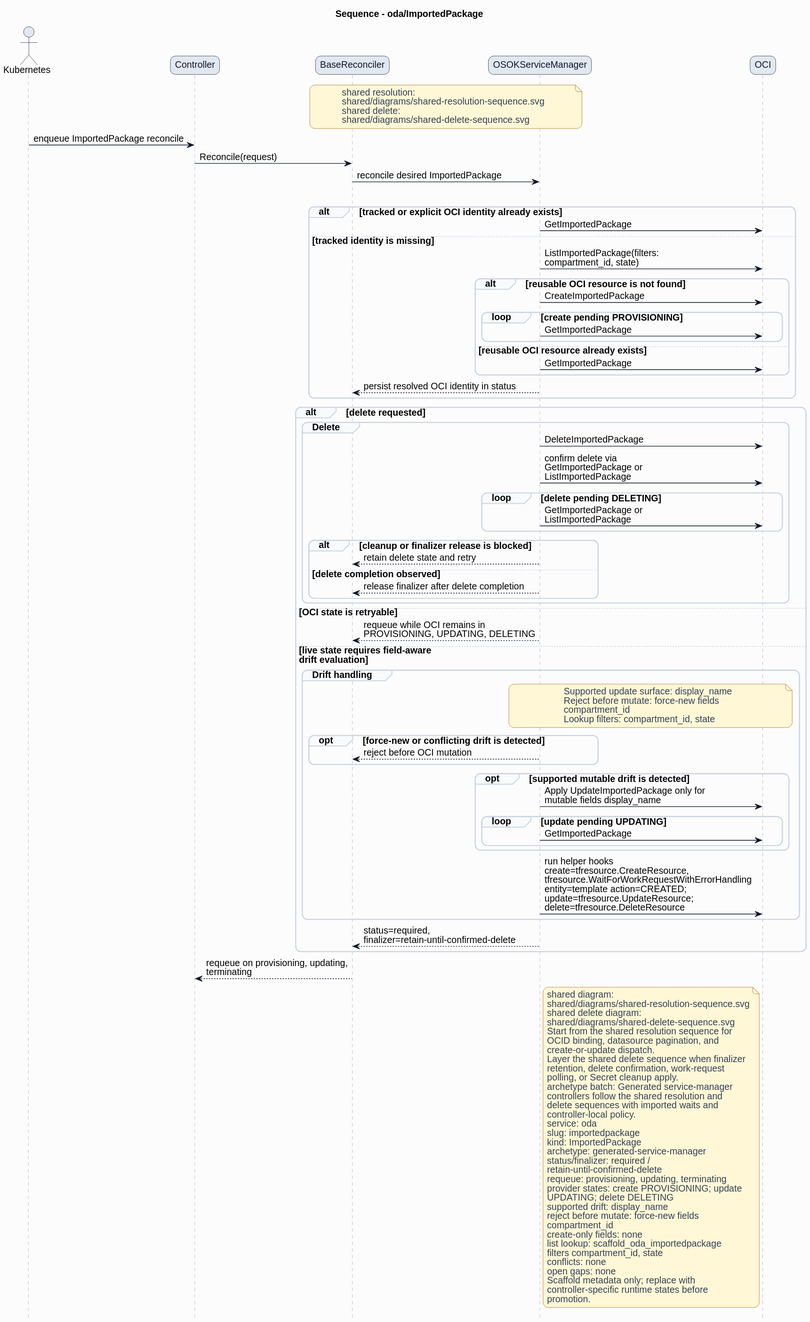
The PlantUML diagram formal/controllers/oda/importedpackage/diagrams/sequence.svg in HaoyL666/oci-service-operator, before a commit. The source it was exported from:
```plantuml
@startuml
skinparam shadowing false
skinparam backgroundColor #fcfcfd
skinparam defaultFontName Helvetica
skinparam defaultFontSize 14
skinparam arrowColor #0f172a
skinparam noteBackgroundColor #fff7d6
skinparam noteBorderColor #b45309
skinparam noteFontColor #334155
skinparam roundcorner 16
title Sequence - oda/ImportedPackage
hide footbox
skinparam sequence {
  actorBorderColor #0f172a
  actorBackgroundColor #e2e8f0
  participantBorderColor #0f172a
  participantBackgroundColor #e2e8f0
  participantFontColor #0f172a
  lifeLineBorderColor #94a3b8
  groupBorderColor #cbd5e1
  groupBackgroundColor #f8fafc
}
actor Kubernetes
participant Controller
participant BaseReconciler
participant "OSOKServiceManager" as ServiceManager
participant OCI
note over BaseReconciler,ServiceManager
shared resolution:
shared/diagrams/shared-resolution-sequence.svg
shared delete:
shared/diagrams/shared-delete-sequence.svg
end note
Kubernetes -> Controller: enqueue ImportedPackage reconcile
Controller -> BaseReconciler: Reconcile(request)
BaseReconciler -> ServiceManager: reconcile desired ImportedPackage
group Lookup and bind
alt tracked or explicit OCI identity already exists
ServiceManager -> OCI: GetImportedPackage
else tracked identity is missing
ServiceManager -> OCI: ListImportedPackage(filters:\ncompartment_id, state)
alt reusable OCI resource is not found
ServiceManager -> OCI: CreateImportedPackage
loop create pending PROVISIONING
ServiceManager -> OCI: GetImportedPackage
end
else reusable OCI resource already exists
ServiceManager -> OCI: GetImportedPackage
end
ServiceManager --> BaseReconciler: persist resolved OCI identity in status
end
alt delete requested
group Delete
ServiceManager -> OCI: DeleteImportedPackage
ServiceManager -> OCI: confirm delete via\nGetImportedPackage or\nListImportedPackage
loop delete pending DELETING
ServiceManager -> OCI: GetImportedPackage or\nListImportedPackage
end
alt cleanup or finalizer release is blocked
ServiceManager --> BaseReconciler: retain delete state and retry
else delete completion observed
ServiceManager --> BaseReconciler: release finalizer after delete completion
end
end
else OCI state is retryable
ServiceManager --> BaseReconciler: requeue while OCI remains in\nPROVISIONING, UPDATING, DELETING
else live state requires field-aware\ndrift evaluation
group Drift handling
note over ServiceManager,OCI
Supported update surface: display_name
Reject before mutate: force-new fields
compartment_id
Lookup filters: compartment_id, state
end note
opt force-new or conflicting drift is detected
ServiceManager --> BaseReconciler: reject before OCI mutation
end
opt supported mutable drift is detected
ServiceManager -> OCI: Apply UpdateImportedPackage only for\nmutable fields display_name
loop update pending UPDATING
ServiceManager -> OCI: GetImportedPackage
end
end
ServiceManager -> OCI: run helper hooks\ncreate=tfresource.CreateResource,\ntfresource.WaitForWorkRequestWithErrorHandling\nentity=template action=CREATED;\nupdate=tfresource.UpdateResource;\ndelete=tfresource.DeleteResource
end
ServiceManager --> BaseReconciler: status=required,\nfinalizer=retain-until-confirmed-delete
end
BaseReconciler --> Controller: requeue on provisioning, updating,\nterminating
note right of ServiceManager
shared diagram:
shared/diagrams/shared-resolution-sequence.svg
shared delete diagram:
shared/diagrams/shared-delete-sequence.svg
Start from the shared resolution sequence for
OCID binding, datasource pagination, and
create-or-update dispatch.
Layer the shared delete sequence when finalizer
retention, delete confirmation, work-request
polling, or Secret cleanup apply.
archetype batch: Generated service-manager
controllers follow the shared resolution and
delete sequences with imported waits and
controller-local policy.
service: oda
slug: importedpackage
kind: ImportedPackage
archetype: generated-service-manager
status/finalizer: required /
retain-until-confirmed-delete
requeue: provisioning, updating, terminating
provider states: create PROVISIONING; update
UPDATING; delete DELETING
supported drift: display_name
reject before mutate: force-new fields
compartment_id
create-only fields: none
list lookup: scaffold_oda_importedpackage
filters compartment_id, state
conflicts: none
open gaps: none
Scaffold metadata only; replace with
controller-specific runtime states before
promotion.
end note
@enduml
```
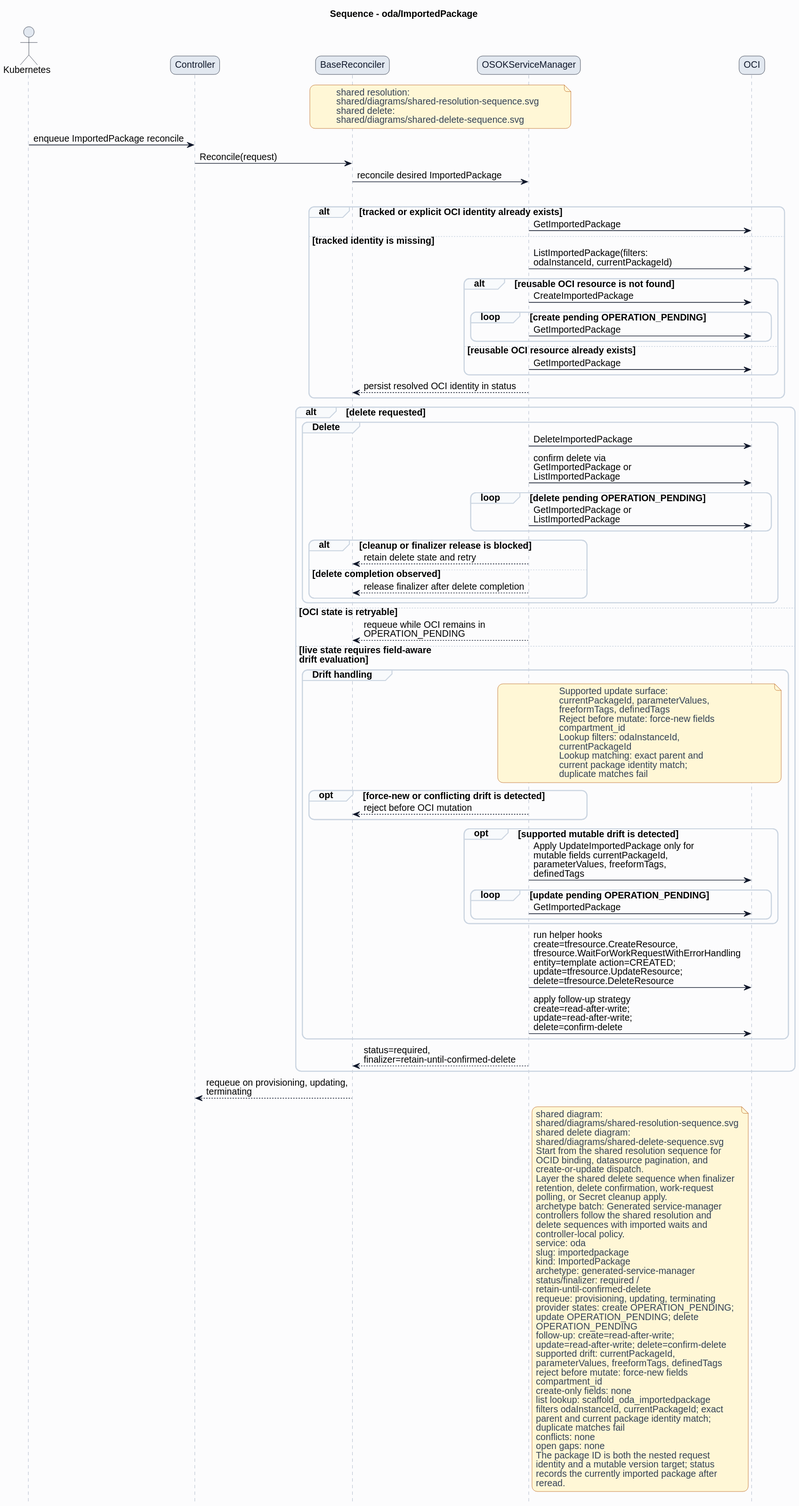
Later version of the same file.

The edit, as a diff of the source:
```diff
@@ -38,10 +38,10 @@
 alt tracked or explicit OCI identity already exists
 ServiceManager -> OCI: GetImportedPackage
 else tracked identity is missing
-ServiceManager -> OCI: ListImportedPackage(filters:\ncompartment_id, state)
+ServiceManager -> OCI: ListImportedPackage(filters:\nodaInstanceId, currentPackageId)
 alt reusable OCI resource is not found
 ServiceManager -> OCI: CreateImportedPackage
-loop create pending PROVISIONING
+loop create pending OPERATION_PENDING
 ServiceManager -> OCI: GetImportedPackage
 end
 else reusable OCI resource already exists
@@ -53,7 +53,7 @@
 group Delete
 ServiceManager -> OCI: DeleteImportedPackage
 ServiceManager -> OCI: confirm delete via\nGetImportedPackage or\nListImportedPackage
-loop delete pending DELETING
+loop delete pending OPERATION_PENDING
 ServiceManager -> OCI: GetImportedPackage or\nListImportedPackage
 end
 alt cleanup or finalizer release is blocked
@@ -63,25 +63,32 @@
 end
 end
 else OCI state is retryable
-ServiceManager --> BaseReconciler: requeue while OCI remains in\nPROVISIONING, UPDATING, DELETING
+ServiceManager --> BaseReconciler: requeue while OCI remains in\nOPERATION_PENDING
 else live state requires field-aware\ndrift evaluation
 group Drift handling
 note over ServiceManager,OCI
-Supported update surface: display_name
+Supported update surface:
+currentPackageId, parameterValues,
+freeformTags, definedTags
 Reject before mutate: force-new fields
 compartment_id
-Lookup filters: compartment_id, state
+Lookup filters: odaInstanceId,
+currentPackageId
+Lookup matching: exact parent and
+current package identity match;
+duplicate matches fail
 end note
 opt force-new or conflicting drift is detected
 ServiceManager --> BaseReconciler: reject before OCI mutation
 end
 opt supported mutable drift is detected
-ServiceManager -> OCI: Apply UpdateImportedPackage only for\nmutable fields display_name
-loop update pending UPDATING
+ServiceManager -> OCI: Apply UpdateImportedPackage only for\nmutable fields currentPackageId,\nparameterValues, freeformTags,\ndefinedTags
+loop update pending OPERATION_PENDING
 ServiceManager -> OCI: GetImportedPackage
 end
 end
 ServiceManager -> OCI: run helper hooks\ncreate=tfresource.CreateResource,\ntfresource.WaitForWorkRequestWithErrorHandling\nentity=template action=CREATED;\nupdate=tfresource.UpdateResource;\ndelete=tfresource.DeleteResource
+ServiceManager -> OCI: apply follow-up strategy\ncreate=read-after-write;\nupdate=read-after-write;\ndelete=confirm-delete
 end
 ServiceManager --> BaseReconciler: status=required,\nfinalizer=retain-until-confirmed-delete
 end
@@ -108,18 +115,25 @@
 status/finalizer: required /
 retain-until-confirmed-delete
 requeue: provisioning, updating, terminating
-provider states: create PROVISIONING; update
-UPDATING; delete DELETING
-supported drift: display_name
+provider states: create OPERATION_PENDING;
+update OPERATION_PENDING; delete
+OPERATION_PENDING
+follow-up: create=read-after-write;
+update=read-after-write; delete=confirm-delete
+supported drift: currentPackageId,
+parameterValues, freeformTags, definedTags
 reject before mutate: force-new fields
 compartment_id
 create-only fields: none
 list lookup: scaffold_oda_importedpackage
-filters compartment_id, state
+filters odaInstanceId, currentPackageId; exact
+parent and current package identity match;
+duplicate matches fail
 conflicts: none
 open gaps: none
-Scaffold metadata only; replace with
-controller-specific runtime states before
-promotion.
+The package ID is both the nested request
+identity and a mutable version target; status
+records the currently imported package after
+reread.
 end note
 @enduml
```
